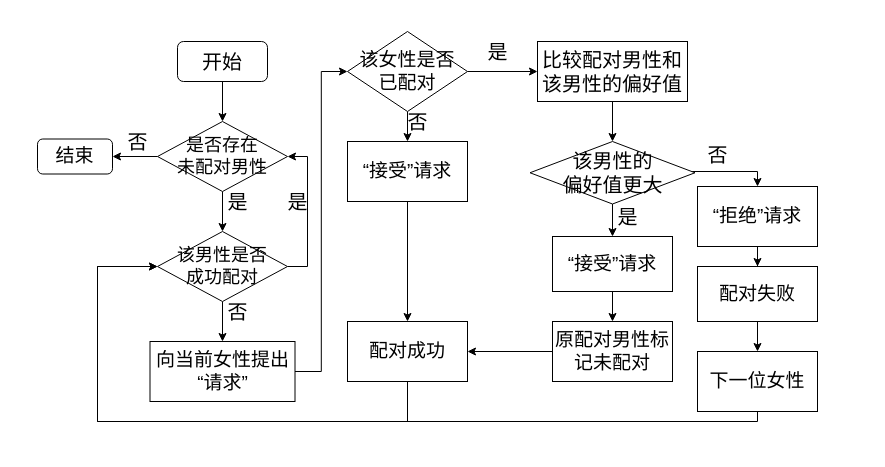
lidan-phyllis/draw keeps this draw.io diagram as 插图.drawio. Above is the earlier version. Source tidied: cells renumbered, new cells numbered last; positions are measured from the earlier drawing's top-left corner, leaving out a move shared by most shapes. Both pictures are drawn from the tidied source at 100%, with x=0, y=0 at pixel (37, 31).
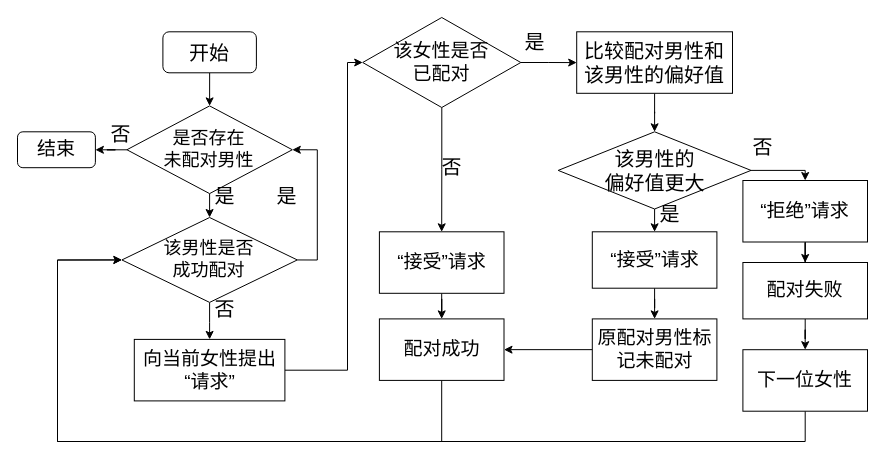
The same page after the edit.

Change to the diagram source:
```diff
@@
     <mxCell id="3" value="&lt;font style=&quot;font-size: 20px;&quot;&gt;开始&lt;/font&gt;" style="rounded=1;whiteSpace=wrap;html=1;fontFamily=微软雅黑;" parent="1" vertex="1">
-      <mxGeometry x="140" y="10" width="90" height="40" as="geometry" />
+      <mxGeometry x="125.4" y="0.3" width="93.5" height="41" as="geometry" />
     </mxCell>
@@
     <mxCell id="6" value="&lt;font style=&quot;font-size: 18px;&quot;&gt;是否存在&lt;/font&gt;&lt;div&gt;&lt;font style=&quot;font-size: 18px;&quot;&gt;未配对男性&lt;/font&gt;&lt;/div&gt;" style="rhombus;whiteSpace=wrap;html=1;rounded=0;strokeColor=default;align=center;verticalAlign=middle;fontFamily=微软雅黑;fontSize=12;fontColor=default;fillColor=default;" parent="1" vertex="1">
-      <mxGeometry x="120" y="90" width="130" height="70" as="geometry" />
+      <mxGeometry x="89.4" y="74.4" width="165.4" height="87.7" as="geometry" />
     </mxCell>
     <mxCell id="7" value="&lt;font style=&quot;font-size: 20px;&quot;&gt;是&lt;/font&gt;" style="text;html=1;align=center;verticalAlign=middle;strokeColor=none;fillColor=none;fontFamily=微软雅黑;fontSize=12;fontColor=default;" parent="1" vertex="1">
-      <mxGeometry x="180" y="150" width="40" height="40" as="geometry" />
+      <mxGeometry x="166.9" y="143.8" width="40" height="40" as="geometry" />
     </mxCell>
@@
     <mxCell id="10" value="&lt;span style=&quot;font-size: 18px;&quot;&gt;该男性是否&lt;/span&gt;&lt;div&gt;&lt;span style=&quot;font-size: 18px;&quot;&gt;成功配对&lt;/span&gt;&lt;/div&gt;" style="rhombus;whiteSpace=wrap;html=1;rounded=0;strokeColor=default;align=center;verticalAlign=middle;fontFamily=微软雅黑;fontSize=12;fontColor=default;fillColor=default;" parent="1" vertex="1">
-      <mxGeometry x="120" y="200" width="130" height="70" as="geometry" />
+      <mxGeometry x="84.4" y="186" width="175.4" height="84.9" as="geometry" />
     </mxCell>
     <mxCell id="11" style="edgeStyle=orthogonalEdgeStyle;rounded=0;jettySize=auto;html=1;fontFamily=微软雅黑;fontSize=12;fontColor=default;entryX=0;entryY=0.5;entryDx=0;entryDy=0;" parent="1" edge="1" source="12" target="16">
-      <mxGeometry relative="1" as="geometry" />
+      <mxGeometry relative="1" as="geometry">
+        <Array as="points">
+          <mxPoint x="310" y="339" />
+          <mxPoint x="310" y="31" />
+        </Array>
+      </mxGeometry>
     </mxCell>
     <mxCell id="12" value="&lt;font style=&quot;font-size: 19px;&quot; face=&quot;微软雅黑&quot;&gt;向当前女性提出“请求”&lt;/font&gt;" style="whiteSpace=wrap;html=1;fontFamily=微软雅黑;rounded=0;" parent="1" vertex="1">
-      <mxGeometry x="112.5" y="310" width="145" height="60" as="geometry" />
+      <mxGeometry x="96.8" y="307.9" width="150.6" height="61.5" as="geometry" />
     </mxCell>
     <mxCell id="13" value="&lt;font style=&quot;font-size: 20px;&quot;&gt;否&lt;/font&gt;" style="text;html=1;align=center;verticalAlign=middle;strokeColor=none;fillColor=none;fontFamily=微软雅黑;fontSize=12;fontColor=default;labelBackgroundColor=none;" parent="1" vertex="1">
-      <mxGeometry x="180" y="260" width="40" height="40" as="geometry" />
+      <mxGeometry x="166.9" y="256.7" width="40" height="40" as="geometry" />
     </mxCell>
@@
     <mxCell id="16" value="该女性是否&lt;div&gt;已配对&lt;/div&gt;" style="rhombus;whiteSpace=wrap;html=1;fontFamily=微软雅黑;rounded=0;fontSize=19;" parent="1" vertex="1">
-      <mxGeometry x="310" width="120" height="80" as="geometry" />
+      <mxGeometry x="325.2" y="-14" width="158.1" height="90" as="geometry" />
     </mxCell>
@@
     <mxCell id="18" value="“接受”请求" style="whiteSpace=wrap;html=1;fontSize=19;fontFamily=微软雅黑;rounded=0;" parent="1" vertex="1">
-      <mxGeometry x="310" y="110" width="120" height="60" as="geometry" />
+      <mxGeometry x="341.9" y="200.3" width="124.6" height="61.5" as="geometry" />
     </mxCell>
@@
     <mxCell id="20" value="&lt;span&gt;&lt;font face=&quot;微软雅黑&quot;&gt;比较配对男性和该男性的偏好值&lt;/font&gt;&lt;/span&gt;" style="whiteSpace=wrap;html=1;fontSize=20;fontFamily=微软雅黑;rounded=0;" parent="1" vertex="1">
-      <mxGeometry x="500" y="10" width="150" height="60" as="geometry" />
+      <mxGeometry x="539.2" y="0.3" width="155.8" height="61.5" as="geometry" />
     </mxCell>
     <mxCell id="21" value="&lt;font style=&quot;font-size: 20px;&quot;&gt;是&lt;/font&gt;" style="text;html=1;align=center;verticalAlign=middle;strokeColor=none;fillColor=none;fontFamily=微软雅黑;fontSize=12;fontColor=default;" parent="1" vertex="1">
-      <mxGeometry x="440" width="40" height="40" as="geometry" />
+      <mxGeometry x="476.9" y="-10" width="40" height="40" as="geometry" />
     </mxCell>
     <mxCell id="22" value="&lt;font style=&quot;font-size: 20px;&quot;&gt;否&lt;/font&gt;" style="text;html=1;align=center;verticalAlign=middle;strokeColor=none;fillColor=none;fontFamily=微软雅黑;fontSize=12;fontColor=default;" parent="1" vertex="1">
-      <mxGeometry x="360" y="70" width="40" height="40" as="geometry" />
+      <mxGeometry x="393.8" y="114.9" width="40" height="40" as="geometry" />
     </mxCell>
     <mxCell id="23" value="&lt;font style=&quot;font-size: 19px;&quot;&gt;结束&lt;/font&gt;" style="whiteSpace=wrap;html=1;fontFamily=微软雅黑;rounded=1;" parent="1" vertex="1">
-      <mxGeometry y="107.5" width="75" height="35" as="geometry" />
+      <mxGeometry x="-20" y="100.3" width="77.9" height="35.9" as="geometry" />
     </mxCell>
     <mxCell id="24" value="&lt;font style=&quot;font-size: 20px;&quot;&gt;否&lt;/font&gt;" style="text;html=1;align=center;verticalAlign=middle;strokeColor=none;fillColor=none;fontFamily=微软雅黑;fontSize=12;fontColor=default;labelBackgroundColor=none;" parent="1" vertex="1">
-      <mxGeometry x="80" y="90" width="40" height="40" as="geometry" />
+      <mxGeometry x="63.1" y="82.3" width="40" height="40" as="geometry" />
     </mxCell>
     <mxCell id="25" value="&lt;font style=&quot;font-size: 20px;&quot;&gt;是&lt;/font&gt;" style="text;html=1;align=center;verticalAlign=middle;strokeColor=none;fillColor=none;fontFamily=微软雅黑;fontSize=12;fontColor=default;" parent="1" vertex="1">
-      <mxGeometry x="240" y="150" width="40" height="40" as="geometry" />
+      <mxGeometry x="229.2" y="143.8" width="40" height="40" as="geometry" />
     </mxCell>
@@
-    <mxCell id="27" style="edgeStyle=orthogonalEdgeStyle;rounded=0;jettySize=auto;html=1;fontFamily=微软雅黑;fontSize=12;fontColor=default;entryX=0.5;entryY=0;entryDx=0;entryDy=0;" parent="1" edge="1" source="28" target="37">
+    <mxCell id="27" style="edgeStyle=orthogonalEdgeStyle;rounded=0;jettySize=auto;html=1;fontFamily=微软雅黑;fontSize=12;fontColor=default;entryX=0.5;entryY=0;entryDx=0;entryDy=0;exitX=1;exitY=0.5;exitDx=0;exitDy=0;" parent="1" edge="1" source="28" target="37">
       <mxGeometry relative="1" as="geometry">
         <Array as="points">
-          <mxPoint x="720" y="140" />
+          <mxPoint x="768" y="139" />
         </Array>
       </mxGeometry>
     </mxCell>
     <mxCell id="28" value="&lt;font&gt;该男性&lt;/font&gt;&lt;font style=&quot;background-color: transparent; color: light-dark(rgb(0, 0, 0), rgb(255, 255, 255));&quot;&gt;的&lt;/font&gt;&lt;div&gt;&lt;font style=&quot;background-color: transparent; color: light-dark(rgb(0, 0, 0), rgb(255, 255, 255));&quot;&gt;偏好值&lt;/font&gt;&lt;span style=&quot;background-color: transparent; color: light-dark(rgb(0, 0, 0), rgb(255, 255, 255));&quot;&gt;更大&lt;/span&gt;&lt;/div&gt;" style="rhombus;whiteSpace=wrap;html=1;fontSize=20;fontFamily=微软雅黑;rounded=0;" parent="1" vertex="1">
-      <mxGeometry x="492.5" y="110" width="165" height="62.5" as="geometry" />
+      <mxGeometry x="520.7" y="100.3" width="192.8" height="77.2" as="geometry" />
     </mxCell>
     <mxCell id="29" value="&lt;font style=&quot;font-size: 20px;&quot;&gt;是&lt;/font&gt;" style="text;html=1;align=center;verticalAlign=middle;strokeColor=none;fillColor=none;fontFamily=微软雅黑;fontSize=12;fontColor=default;" parent="1" vertex="1">
-      <mxGeometry x="570" y="165" width="40" height="40" as="geometry" />
+      <mxGeometry x="611.9" y="162.1" width="40" height="40" as="geometry" />
     </mxCell>
@@
     <mxCell id="31" value="“接受”请求" style="whiteSpace=wrap;html=1;fontSize=19;fontFamily=微软雅黑;rounded=0;" parent="1" vertex="1">
-      <mxGeometry x="515" y="205" width="120" height="55" as="geometry" />
+      <mxGeometry x="554.8" y="200.3" width="124.6" height="56.4" as="geometry" />
     </mxCell>
@@
     <mxCell id="33" value="原配对男性标记未配对" style="whiteSpace=wrap;html=1;fontSize=19;fontFamily=微软雅黑;rounded=0;" parent="1" vertex="1">
-      <mxGeometry x="515" y="290" width="120" height="60" as="geometry" />
+      <mxGeometry x="554.8" y="287.4" width="124.6" height="61.5" as="geometry" />
     </mxCell>
     <mxCell id="34" style="edgeStyle=orthogonalEdgeStyle;rounded=0;jettySize=auto;html=1;exitX=0.5;exitY=1;exitDx=0;exitDy=0;entryX=0;entryY=0.5;entryDx=0;entryDy=0;fontFamily=微软雅黑;fontSize=12;fontColor=default;" parent="1" edge="1" source="35" target="10">
       <mxGeometry relative="1" as="geometry">
         <Array as="points">
-          <mxPoint x="370" y="390" />
-          <mxPoint x="60" y="390" />
-          <mxPoint x="60" y="235" />
+          <mxPoint x="404" y="410" />
+          <mxPoint x="20" y="410" />
+          <mxPoint x="20" y="229" />
         </Array>
       </mxGeometry>
     </mxCell>
     <mxCell id="35" value="配对成功" style="whiteSpace=wrap;html=1;fontSize=19;fontFamily=微软雅黑;rounded=0;" parent="1" vertex="1">
-      <mxGeometry x="310" y="290" width="120" height="60" as="geometry" />
+      <mxGeometry x="341.9" y="287.4" width="124.6" height="61.5" as="geometry" />
     </mxCell>
@@
     <mxCell id="37" value="“拒绝”请求" style="whiteSpace=wrap;html=1;fontSize=19;fontFamily=微软雅黑;rounded=0;" parent="1" vertex="1">
-      <mxGeometry x="660" y="155" width="120" height="60" as="geometry" />
+      <mxGeometry x="705.4" y="149" width="124.6" height="61.5" as="geometry" />
     </mxCell>
@@
     <mxCell id="39" value="配对失败" style="whiteSpace=wrap;html=1;fontSize=19;fontFamily=微软雅黑;rounded=0;" parent="1" vertex="1">
-      <mxGeometry x="660" y="235" width="120" height="55" as="geometry" />
+      <mxGeometry x="705.4" y="231" width="124.6" height="56.4" as="geometry" />
     </mxCell>
     <mxCell id="40" value="&lt;font style=&quot;font-size: 20px;&quot;&gt;否&lt;/font&gt;" style="text;html=1;align=center;verticalAlign=middle;strokeColor=none;fillColor=none;fontFamily=微软雅黑;fontSize=12;fontColor=default;" parent="1" vertex="1">
-      <mxGeometry x="660" y="102.5" width="40" height="40" as="geometry" />
+      <mxGeometry x="705.4" y="95.1" width="40" height="40" as="geometry" />
     </mxCell>
-    <mxCell id="41" style="edgeStyle=orthogonalEdgeStyle;rounded=0;jettySize=auto;html=1;entryX=0;entryY=0.5;entryDx=0;entryDy=0;fontFamily=微软雅黑;fontSize=12;fontColor=default;" parent="1" edge="1" source="42" target="10">
+    <mxCell id="41" style="edgeStyle=orthogonalEdgeStyle;rounded=0;jettySize=auto;html=1;exitX=0.5;exitY=1;exitDx=0;exitDy=0;entryX=0;entryY=0.5;entryDx=0;entryDy=0;fontFamily=微软雅黑;fontSize=12;fontColor=default;" parent="1" edge="1" source="42" target="10">
       <mxGeometry relative="1" as="geometry">
         <Array as="points">
-          <mxPoint x="720" y="390" />
-          <mxPoint x="60" y="390" />
-          <mxPoint x="60" y="235" />
+          <mxPoint x="768" y="410" />
+          <mxPoint x="20" y="410" />
+          <mxPoint x="20" y="229" />
         </Array>
       </mxGeometry>
     </mxCell>
     <mxCell id="42" value="下一位女性" style="whiteSpace=wrap;html=1;fontSize=19;fontFamily=微软雅黑;rounded=0;" parent="1" vertex="1">
-      <mxGeometry x="660" y="320" width="120" height="60" as="geometry" />
+      <mxGeometry x="705.4" y="318.2" width="124.6" height="61.5" as="geometry" />
     </mxCell>
```
